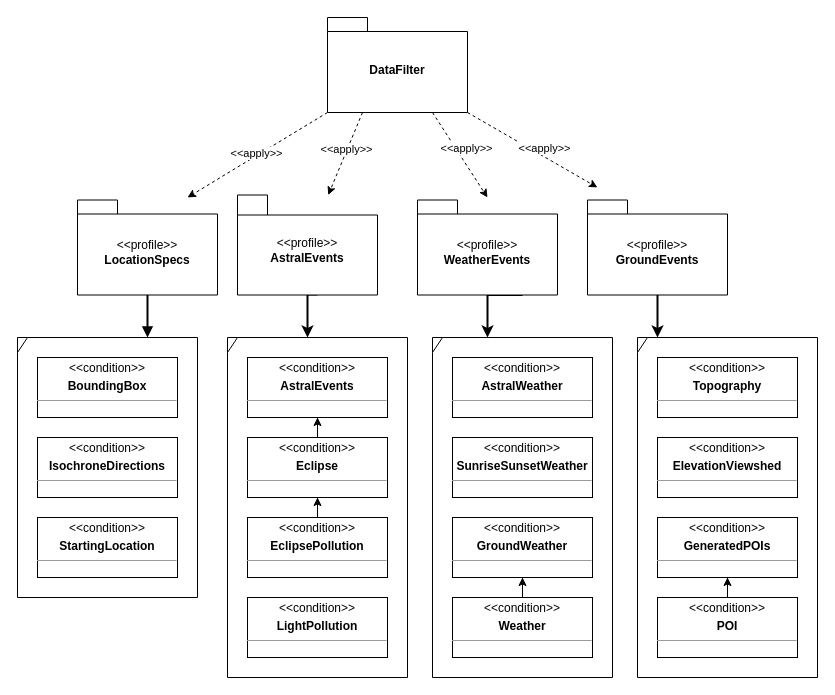
ALEEF02/PrecisionLocationProcessor keeps this draw.io diagram as UML/DrawIO/ProfileDiagram.drawio. Above is the earlier version. Source tidied: cells renumbered, new cells numbered last; positions are measured from the earlier drawing's top-left corner, leaving out a move shared by most shapes. Both pictures are drawn from the tidied source at 100%, with x=0, y=0 at pixel (17, 17).
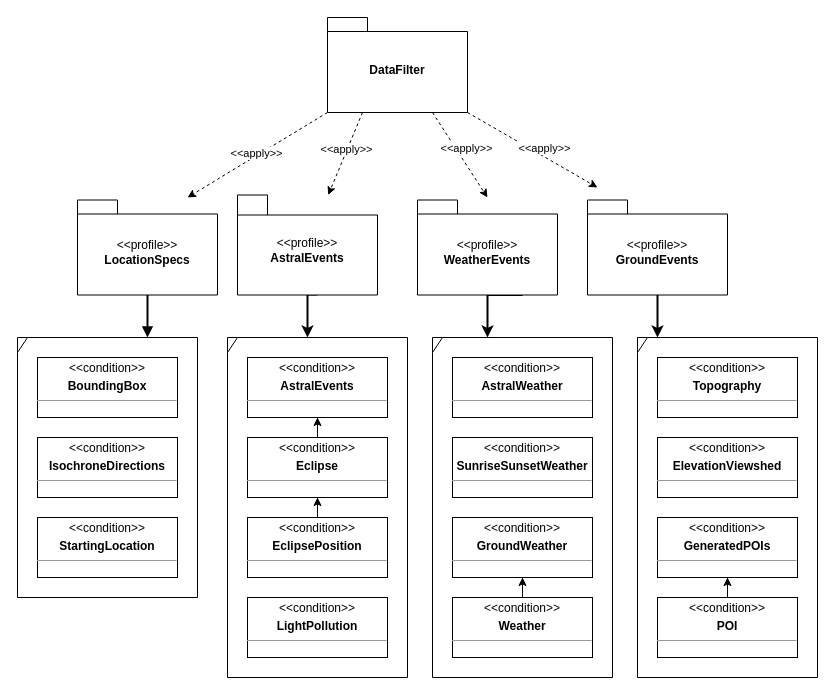
Above is the later version.

Commit message:
Profile Diagram added POI & interactions and edited EclipsePosition

What changed in the source:
```diff
@@
-    <mxCell id="27" value="&lt;p style=&quot;margin:0px;margin-top:4px;text-align:center;&quot;&gt;&amp;lt;&amp;lt;condition&amp;gt;&amp;gt;&lt;/p&gt;&lt;p style=&quot;margin:0px;margin-top:4px;text-align:center;&quot;&gt;&lt;b&gt;EclipsePollution&lt;/b&gt;&lt;/p&gt;&lt;hr size=&quot;1&quot;&gt;&lt;div style=&quot;height:2px;&quot;&gt;&lt;/div&gt;" style="verticalAlign=top;align=left;overflow=fill;fontSize=12;fontFamily=Helvetica;html=1;whiteSpace=wrap;" parent="1" vertex="1">
+    <mxCell id="27" value="&lt;p style=&quot;margin:0px;margin-top:4px;text-align:center;&quot;&gt;&amp;lt;&amp;lt;condition&amp;gt;&amp;gt;&lt;/p&gt;&lt;p style=&quot;margin:0px;margin-top:4px;text-align:center;&quot;&gt;&lt;b&gt;EclipsePosition&lt;/b&gt;&lt;/p&gt;&lt;hr size=&quot;1&quot;&gt;&lt;div style=&quot;height:2px;&quot;&gt;&lt;/div&gt;" style="verticalAlign=top;align=left;overflow=fill;fontSize=12;fontFamily=Helvetica;html=1;whiteSpace=wrap;" parent="1" vertex="1">
       <mxGeometry x="230" y="500" width="140" height="60" as="geometry" />
     </mxCell>
```
